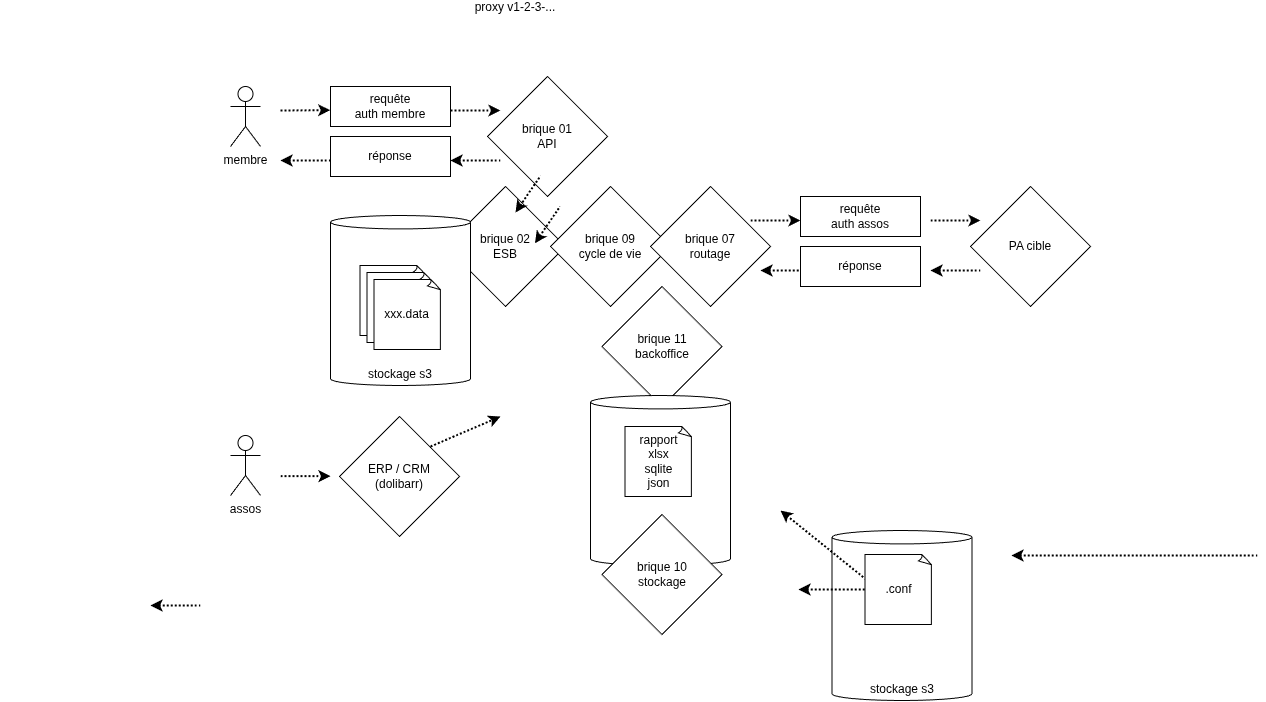
Earlier version of the draw.io export docs/briques/11-proxy/proxy-archi-v2-3.png (PDP-Libre/PA_Communautaire). Source tidied: cells renumbered, new cells last; positions are measured from the earlier drawing's top-left corner, leaving out a move shared by most shapes.
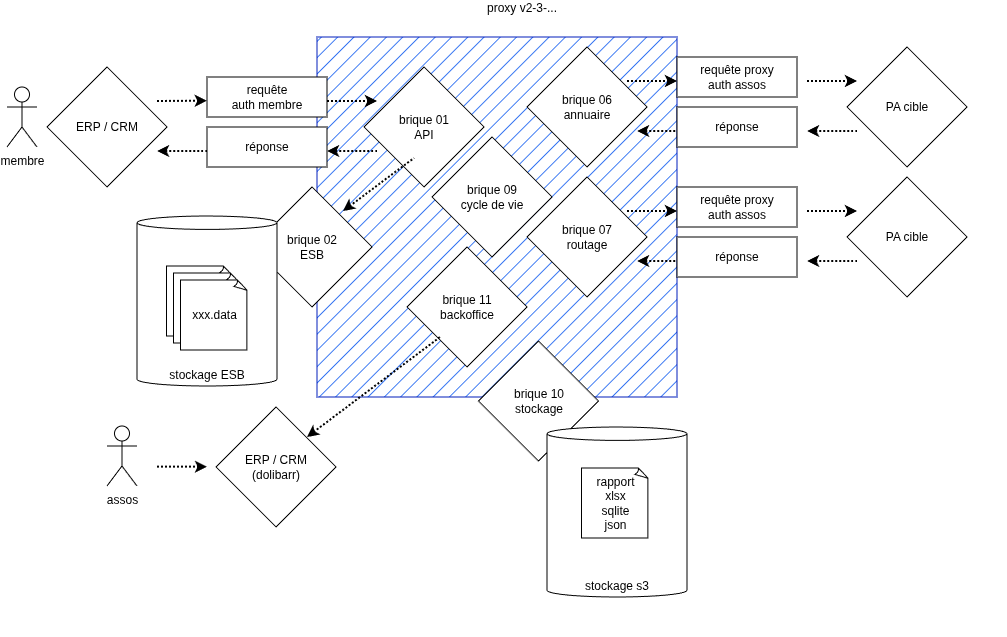
The same file after the commit.

Change to the diagram source:
```diff
@@ -2,17 +2,17 @@
   <root>
     <mxCell id="0" />
     <mxCell id="1" parent="0" />
-    <mxCell id="2" value="proxy v1-2-3-..." style="rounded=0;whiteSpace=wrap;html=1;strokeColor=none;labelPosition=center;verticalLabelPosition=top;align=center;verticalAlign=bottom;labelBorderColor=none;textShadow=0;labelBackgroundColor=default;horizontal=1;" parent="1" vertex="1">
-      <mxGeometry width="1030" height="390" as="geometry" />
-    </mxCell>
-    <mxCell id="3" value="stockage s3" style="shape=cylinder3;whiteSpace=wrap;html=1;boundedLbl=1;backgroundOutline=1;size=6.710129310344826;verticalAlign=bottom;" parent="1" vertex="1">
-      <mxGeometry x="831.5" y="514" width="140" height="170" as="geometry" />
-    </mxCell>
+    <mxCell id="42" value="proxy v2-3-..." style="rounded=0;whiteSpace=wrap;html=1;strokeColor=none;labelPosition=center;verticalLabelPosition=top;align=center;verticalAlign=bottom;labelBorderColor=none;textShadow=0;labelBackgroundColor=default;horizontal=1;" parent="1" vertex="1">
+      <mxGeometry x="160" y="10" width="970" height="620" as="geometry" />
+    </mxCell>
+    <mxCell id="43" style="whiteSpace=wrap;html=1;fillColor=#0050ef;fontColor=#ffffff;strokeColor=#001DBC;fillStyle=hatch;" parent="1" vertex="1">
+      <mxGeometry x="440" y="30" width="360" height="360" as="geometry" />
+    </mxCell>
     <mxCell id="4" value="&lt;div&gt;requête&lt;/div&gt;&lt;div&gt;auth membre&lt;/div&gt;" style="rounded=0;whiteSpace=wrap;html=1;" parent="1" vertex="1">
       <mxGeometry x="330" y="70" width="120" height="40" as="geometry" />
     </mxCell>
     <mxCell id="5" value="membre" style="shape=umlActor;verticalLabelPosition=bottom;verticalAlign=top;html=1;" parent="1" vertex="1">
-      <mxGeometry x="230" y="70" width="30" height="60" as="geometry" />
+      <mxGeometry x="130" y="80" width="30" height="60" as="geometry" />
     </mxCell>
     <mxCell id="6" style="endArrow=classic;html=1;strokeWidth=2;rounded=0;entryX=-0.002;entryY=0.592;entryDx=0;entryDy=0;entryPerimeter=0;dashPattern=1 1;dashed=1;endFill=1;" parent="1" edge="1" target="4">
       <mxGeometry relative="1" as="geometry">
@@ -22,7 +22,7 @@
     <mxCell id="7" value="&lt;div&gt;PA cible&lt;/div&gt;" style="rhombus;whiteSpace=wrap;html=1;" parent="1" vertex="1">
       <mxGeometry x="970" y="170" width="120" height="120" as="geometry" />
     </mxCell>
-    <mxCell id="8" value="&lt;div&gt;requête&lt;/div&gt;&lt;div&gt;auth assos&lt;/div&gt;" style="rounded=0;whiteSpace=wrap;html=1;" parent="1" vertex="1">
+    <mxCell id="8" value="&lt;div&gt;requête&amp;nbsp;&lt;span style=&quot;background-color: transparent; color: light-dark(rgb(0, 0, 0), rgb(255, 255, 255));&quot;&gt;proxy&lt;/span&gt;&lt;/div&gt;&lt;div&gt;auth assos&lt;/div&gt;" style="rounded=0;whiteSpace=wrap;html=1;" parent="1" vertex="1">
       <mxGeometry x="800" y="180" width="120" height="40" as="geometry" />
     </mxCell>
     <mxCell id="9" value="&lt;div&gt;réponse&lt;/div&gt;" style="rounded=0;whiteSpace=wrap;html=1;" parent="1" vertex="1">
@@ -70,29 +70,8 @@
         <mxPoint x="330" y="144" as="targetPoint" />
       </mxGeometry>
     </mxCell>
-    <mxCell id="17" style="endArrow=none;html=1;strokeWidth=2;rounded=0;dashPattern=1 1;dashed=1;endFill=0;startArrow=classic;startFill=1;" parent="1" edge="1">
-      <mxGeometry relative="1" as="geometry">
-        <mxPoint x="780" y="494" as="sourcePoint" />
-        <mxPoint x="878" y="573" as="targetPoint" />
-      </mxGeometry>
-    </mxCell>
-    <mxCell id="18" style="endArrow=none;html=1;strokeWidth=2;rounded=0;dashPattern=1 1;dashed=1;endFill=0;startArrow=classic;startFill=1;" parent="1" edge="1">
-      <mxGeometry relative="1" as="geometry">
-        <mxPoint x="798" y="573" as="sourcePoint" />
-        <mxPoint x="874" y="573" as="targetPoint" />
-      </mxGeometry>
-    </mxCell>
-    <mxCell id="19" style="endArrow=none;html=1;strokeWidth=2;rounded=0;dashPattern=1 1;dashed=1;endFill=0;startArrow=classic;startFill=1;" parent="1" edge="1">
-      <mxGeometry relative="1" as="geometry">
-        <mxPoint x="1011" y="539" as="sourcePoint" />
-        <mxPoint x="1257" y="539" as="targetPoint" />
-      </mxGeometry>
-    </mxCell>
-    <mxCell id="20" value=".conf" style="whiteSpace=wrap;html=1;shape=mxgraph.basic.document;" parent="1" vertex="1">
-      <mxGeometry x="864.5" y="538" width="67" height="70" as="geometry" />
-    </mxCell>
     <mxCell id="21" value="&lt;div&gt;brique 11&lt;/div&gt;backoffice" style="rhombus;whiteSpace=wrap;html=1;" parent="1" vertex="1">
-      <mxGeometry x="601.5" y="270" width="120" height="120" as="geometry" />
+      <mxGeometry x="530" y="240" width="120" height="120" as="geometry" />
     </mxCell>
     <mxCell id="22" value="&lt;div&gt;brique 01&lt;/div&gt;&lt;div&gt;API&lt;/div&gt;" style="rhombus;whiteSpace=wrap;html=1;" parent="1" vertex="1">
       <mxGeometry x="487" y="60" width="120" height="120" as="geometry" />
@@ -101,48 +80,30 @@
       <mxGeometry x="800" y="230" width="120" height="40" as="geometry" />
     </mxCell>
     <mxCell id="24" value="&lt;div&gt;brique 02&lt;/div&gt;&lt;div&gt;ESB&lt;/div&gt;" style="rhombus;whiteSpace=wrap;html=1;" parent="1" vertex="1">
-      <mxGeometry x="445" y="170" width="120" height="120" as="geometry" />
+      <mxGeometry x="375" y="180" width="120" height="120" as="geometry" />
     </mxCell>
     <mxCell id="25" value="&lt;div&gt;brique 09&lt;/div&gt;&lt;div&gt;cycle de vie&lt;/div&gt;" style="rhombus;whiteSpace=wrap;html=1;" parent="1" vertex="1">
-      <mxGeometry x="550" y="170" width="120" height="120" as="geometry" />
+      <mxGeometry x="555" y="130" width="120" height="120" as="geometry" />
     </mxCell>
-    <mxCell id="26" style="endArrow=none;html=1;strokeWidth=2;rounded=0;entryX=-0.002;entryY=0.592;entryDx=0;entryDy=0;entryPerimeter=0;dashPattern=1 1;dashed=1;endFill=0;startArrow=classic;startFill=1;" parent="1" edge="1">
+    <mxCell id="26" style="endArrow=none;html=1;strokeWidth=2;rounded=0;dashPattern=1 1;dashed=1;endFill=0;startArrow=classic;startFill=1;" parent="1" edge="1">
       <mxGeometry relative="1" as="geometry">
-        <mxPoint x="515" y="196" as="sourcePoint" />
-        <mxPoint x="540" y="159.3" as="targetPoint" />
+        <mxPoint x="466" y="204" as="sourcePoint" />
+        <mxPoint x="537" y="151" as="targetPoint" />
       </mxGeometry>
     </mxCell>
-    <mxCell id="27" style="endArrow=none;html=1;strokeWidth=2;rounded=0;entryX=-0.002;entryY=0.592;entryDx=0;entryDy=0;entryPerimeter=0;dashPattern=1 1;dashed=1;endFill=0;startArrow=classic;startFill=1;" parent="1" edge="1">
-      <mxGeometry relative="1" as="geometry">
-        <mxPoint x="534.5" y="226.7" as="sourcePoint" />
-        <mxPoint x="559.5" y="190" as="targetPoint" />
-      </mxGeometry>
-    </mxCell>
     <mxCell id="28" value="&lt;div&gt;brique 07&lt;/div&gt;&lt;div&gt;routage&lt;/div&gt;" style="rhombus;whiteSpace=wrap;html=1;" parent="1" vertex="1">
       <mxGeometry x="650" y="170" width="120" height="120" as="geometry" />
     </mxCell>
-    <mxCell id="29" value="stockage s3" style="shape=cylinder3;whiteSpace=wrap;html=1;boundedLbl=1;backgroundOutline=1;size=6.710129310344826;verticalAlign=bottom;" parent="1" vertex="1">
-      <mxGeometry x="590" y="379" width="140" height="170" as="geometry" />
-    </mxCell>
-    <mxCell id="30" value="rapport&lt;div&gt;xlsx&lt;/div&gt;&lt;div&gt;sqlite&lt;/div&gt;&lt;div&gt;json&lt;/div&gt;" style="whiteSpace=wrap;html=1;shape=mxgraph.basic.document;" parent="1" vertex="1">
-      <mxGeometry x="624.5" y="410" width="67" height="70" as="geometry" />
-    </mxCell>
-    <mxCell id="31" style="endArrow=none;html=1;strokeWidth=2;rounded=0;entryX=-0.002;entryY=0.592;entryDx=0;entryDy=0;entryPerimeter=0;dashPattern=1 1;dashed=1;endFill=0;startArrow=classic;startFill=1;" parent="1" edge="1">
-      <mxGeometry relative="1" as="geometry">
-        <mxPoint x="150" y="589" as="sourcePoint" />
-        <mxPoint x="200" y="589" as="targetPoint" />
-      </mxGeometry>
-    </mxCell>
     <mxCell id="32" value="&lt;div&gt;brique 10&lt;/div&gt;&lt;div&gt;stockage&lt;/div&gt;" style="rhombus;whiteSpace=wrap;html=1;" parent="1" vertex="1">
-      <mxGeometry x="601.5" y="498" width="120" height="120" as="geometry" />
+      <mxGeometry x="601.5" y="334" width="120" height="120" as="geometry" />
     </mxCell>
     <mxCell id="33" value="assos" style="shape=umlActor;verticalLabelPosition=bottom;verticalAlign=top;html=1;" parent="1" vertex="1">
       <mxGeometry x="230" y="419" width="30" height="60" as="geometry" />
     </mxCell>
     <mxCell id="34" style="group;" parent="1" vertex="1">
-      <mxGeometry x="330" y="199" width="140" height="170" as="geometry" />
+      <mxGeometry x="260" y="209" width="140" height="170" as="geometry" />
     </mxCell>
-    <mxCell id="35" value="stockage s3" style="shape=cylinder3;whiteSpace=wrap;html=1;boundedLbl=1;backgroundOutline=1;size=6.710129310344826;verticalAlign=bottom;" parent="34" vertex="1">
+    <mxCell id="35" value="stockage ESB" style="shape=cylinder3;whiteSpace=wrap;html=1;boundedLbl=1;backgroundOutline=1;size=6.710129310344826;verticalAlign=bottom;" parent="34" vertex="1">
       <mxGeometry width="140" height="170" as="geometry" />
     </mxCell>
     <mxCell id="36" value="&lt;div&gt;&lt;span style=&quot;background-color: transparent; color: light-dark(rgb(0, 0, 0), rgb(255, 255, 255));&quot;&gt;xxx.data&lt;/span&gt;&lt;/div&gt;" style="whiteSpace=wrap;html=1;shape=mxgraph.basic.document;" parent="34" vertex="1">
@@ -163,11 +124,59 @@
         <mxPoint x="330" y="459.7" as="targetPoint" />
       </mxGeometry>
     </mxCell>
-    <mxCell id="41" style="endArrow=classic;html=1;strokeWidth=2;rounded=0;dashPattern=1 1;dashed=1;endFill=1;" parent="1" edge="1">
+    <mxCell id="41" style="endArrow=none;html=1;strokeWidth=2;rounded=0;dashPattern=1 1;dashed=1;endFill=0;startArrow=classic;startFill=1;" parent="1" edge="1">
       <mxGeometry relative="1" as="geometry">
         <mxPoint x="430" y="430" as="sourcePoint" />
-        <mxPoint x="500" y="400" as="targetPoint" />
+        <mxPoint x="563" y="330" as="targetPoint" />
       </mxGeometry>
     </mxCell>
+    <mxCell id="44" value="&lt;div&gt;brique 06&lt;/div&gt;&lt;div&gt;annuaire&lt;/div&gt;" style="rhombus;whiteSpace=wrap;html=1;" parent="1" vertex="1">
+      <mxGeometry x="650" y="40" width="120" height="120" as="geometry" />
+    </mxCell>
+    <mxCell id="45" value="&lt;div&gt;ERP / CRM&lt;/div&gt;" style="rhombus;whiteSpace=wrap;html=1;" parent="1" vertex="1">
+      <mxGeometry x="170" y="60" width="120" height="120" as="geometry" />
+    </mxCell>
+    <mxCell id="46" value="&lt;div&gt;PA cible&lt;/div&gt;" style="rhombus;whiteSpace=wrap;html=1;" parent="1" vertex="1">
+      <mxGeometry x="970" y="40" width="120" height="120" as="geometry" />
+    </mxCell>
+    <mxCell id="47" value="&lt;div&gt;requête proxy&lt;/div&gt;&lt;div&gt;auth assos&lt;/div&gt;" style="rounded=0;whiteSpace=wrap;html=1;" parent="1" vertex="1">
+      <mxGeometry x="800" y="50" width="120" height="40" as="geometry" />
+    </mxCell>
+    <mxCell id="48" style="endArrow=classic;html=1;strokeWidth=2;rounded=0;entryX=-0.002;entryY=0.592;entryDx=0;entryDy=0;entryPerimeter=0;dashPattern=1 1;dashed=1;endFill=1;" parent="1" edge="1">
+      <mxGeometry relative="1" as="geometry">
+        <mxPoint x="750" y="74" as="sourcePoint" />
+        <mxPoint x="800" y="74" as="targetPoint" />
+      </mxGeometry>
+    </mxCell>
+    <mxCell id="49" style="endArrow=classic;html=1;strokeWidth=2;rounded=0;entryX=-0.002;entryY=0.592;entryDx=0;entryDy=0;entryPerimeter=0;dashPattern=1 1;dashed=1;endFill=1;" parent="1" edge="1">
+      <mxGeometry relative="1" as="geometry">
+        <mxPoint x="930" y="74" as="sourcePoint" />
+        <mxPoint x="980" y="74" as="targetPoint" />
+      </mxGeometry>
+    </mxCell>
+    <mxCell id="50" style="endArrow=none;html=1;strokeWidth=2;rounded=0;entryX=-0.002;entryY=0.592;entryDx=0;entryDy=0;entryPerimeter=0;dashPattern=1 1;dashed=1;endFill=0;startArrow=classic;startFill=1;" parent="1" edge="1">
+      <mxGeometry relative="1" as="geometry">
+        <mxPoint x="930" y="124" as="sourcePoint" />
+        <mxPoint x="980" y="124" as="targetPoint" />
+      </mxGeometry>
+    </mxCell>
+    <mxCell id="51" style="endArrow=none;html=1;strokeWidth=2;rounded=0;entryX=-0.002;entryY=0.592;entryDx=0;entryDy=0;entryPerimeter=0;dashPattern=1 1;dashed=1;endFill=0;startArrow=classic;startFill=1;" parent="1" edge="1">
+      <mxGeometry relative="1" as="geometry">
+        <mxPoint x="760" y="124" as="sourcePoint" />
+        <mxPoint x="810" y="124" as="targetPoint" />
+      </mxGeometry>
+    </mxCell>
+    <mxCell id="52" value="&lt;div&gt;réponse&lt;/div&gt;" style="rounded=0;whiteSpace=wrap;html=1;" parent="1" vertex="1">
+      <mxGeometry x="800" y="100" width="120" height="40" as="geometry" />
+    </mxCell>
+    <mxCell id="53" style="group;" parent="1" vertex="1">
+      <mxGeometry x="670" y="420" width="140" height="170" as="geometry" />
+    </mxCell>
+    <mxCell id="29" value="stockage s3" style="shape=cylinder3;whiteSpace=wrap;html=1;boundedLbl=1;backgroundOutline=1;size=6.710129310344826;verticalAlign=bottom;" parent="53" vertex="1">
+      <mxGeometry width="140" height="170" as="geometry" />
+    </mxCell>
+    <mxCell id="30" value="rapport&lt;div&gt;xlsx&lt;/div&gt;&lt;div&gt;sqlite&lt;/div&gt;&lt;div&gt;json&lt;/div&gt;" style="whiteSpace=wrap;html=1;shape=mxgraph.basic.document;" parent="53" vertex="1">
+      <mxGeometry x="34.5" y="41" width="67" height="70" as="geometry" />
+    </mxCell>
   </root>
 </mxGraphModel>
```
